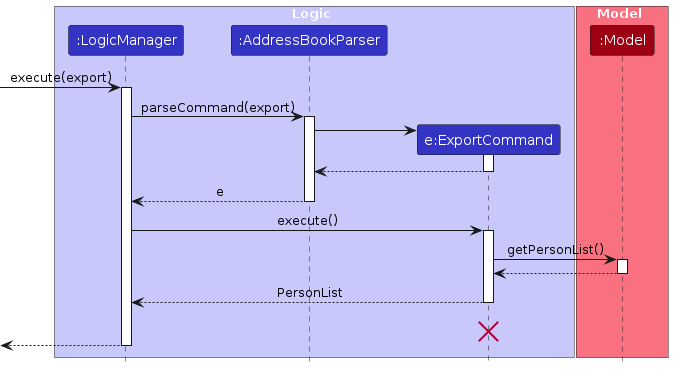
This is diagrams/ExportSequenceDiagram-Logic.png from nicholaslimzixian/tp, a PlantUML export, as it was before one commit. Its source is kept beside it as diagrams/ExportSequenceDiagram-Logic.puml. Source of this version:
```plantuml
@startuml
!include style.puml
skinparam ArrowFontStyle plain

box Logic LOGIC_COLOR_T1
participant ":LogicManager" as LogicManager LOGIC_COLOR
participant ":AddressBookParser" as AddressBookParser LOGIC_COLOR
participant "e:ExportCommand" as ExportCommand LOGIC_COLOR
end box

box Model MODEL_COLOR_T1
participant ":Model" as Model MODEL_COLOR
end box
[-> LogicManager : execute(export)
activate LogicManager

LogicManager -> AddressBookParser : parseCommand(export)
activate AddressBookParser

create ExportCommand
AddressBookParser -> ExportCommand
activate ExportCommand

ExportCommand --> AddressBookParser
deactivate ExportCommand

AddressBookParser --> LogicManager : e
deactivate AddressBookParser

LogicManager -> ExportCommand : execute()
activate ExportCommand

ExportCommand -> Model : getPersonList()
activate Model

Model --> ExportCommand
deactivate Model

ExportCommand --> LogicManager : PersonList
deactivate ExportCommand
ExportCommand -[hidden]-> LogicManager : result
destroy ExportCommand

[<--LogicManager
deactivate LogicManager
@enduml
```
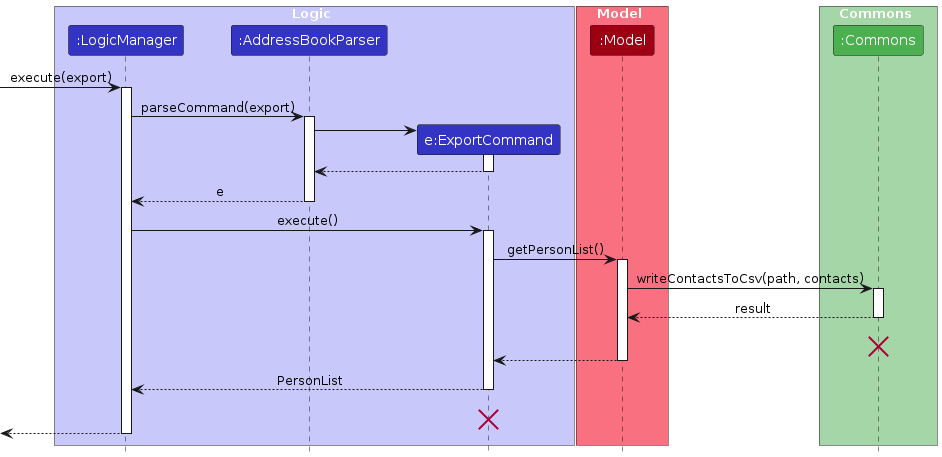
Above is the later version.

Diff of the diagram source:
```diff
@@ -1,5 +1,6 @@
 @startuml
 !include style.puml
+skinparam BoxPadding 0
 skinparam ArrowFontStyle plain
 
 box Logic LOGIC_COLOR_T1
@@ -11,6 +12,11 @@
 box Model MODEL_COLOR_T1
 participant ":Model" as Model MODEL_COLOR
 end box
+
+box Commons COMMONS_COLOR_T1
+participant ":Commons" as Commons COMMONS_COLOR
+end box
+
 [-> LogicManager : execute(export)
 activate LogicManager
 
@@ -33,6 +39,14 @@
 ExportCommand -> Model : getPersonList()
 activate Model
 
+Model -> Commons : writeContactsToCsv(path, contacts)
+activate Commons
+
+Commons --> Model : result
+deactivate Commons
+ExportCommand -[hidden]-> LogicManager : result
+destroy Commons
+
 Model --> ExportCommand
 deactivate Model
 
```
